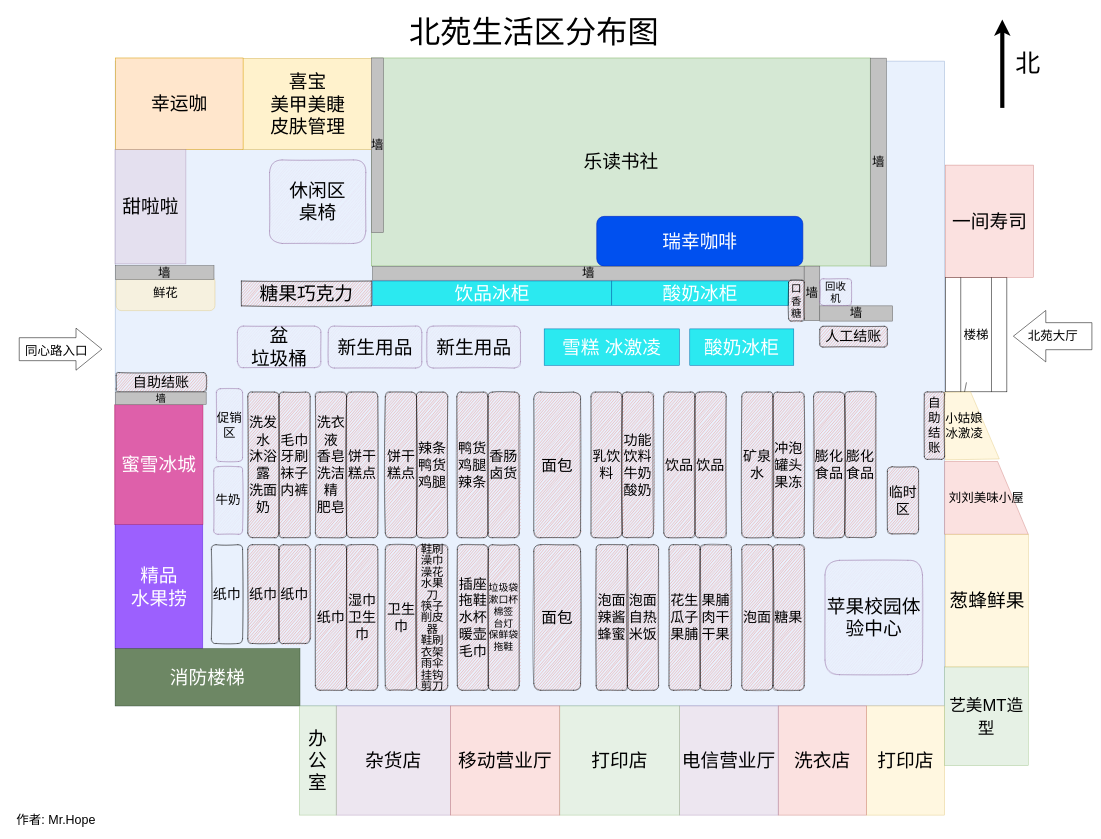
The draw.io diagram img/life/beiyuan/map.drawio in inNENU/resource, before the edit. Source tidied: cells renumbered, new cells numbered last; positions are measured from the earlier drawing's top-left corner, leaving out a move shared by most shapes. Both pictures are drawn from the tidied source at 52%, with x=0, y=0 at pixel (9, 9).
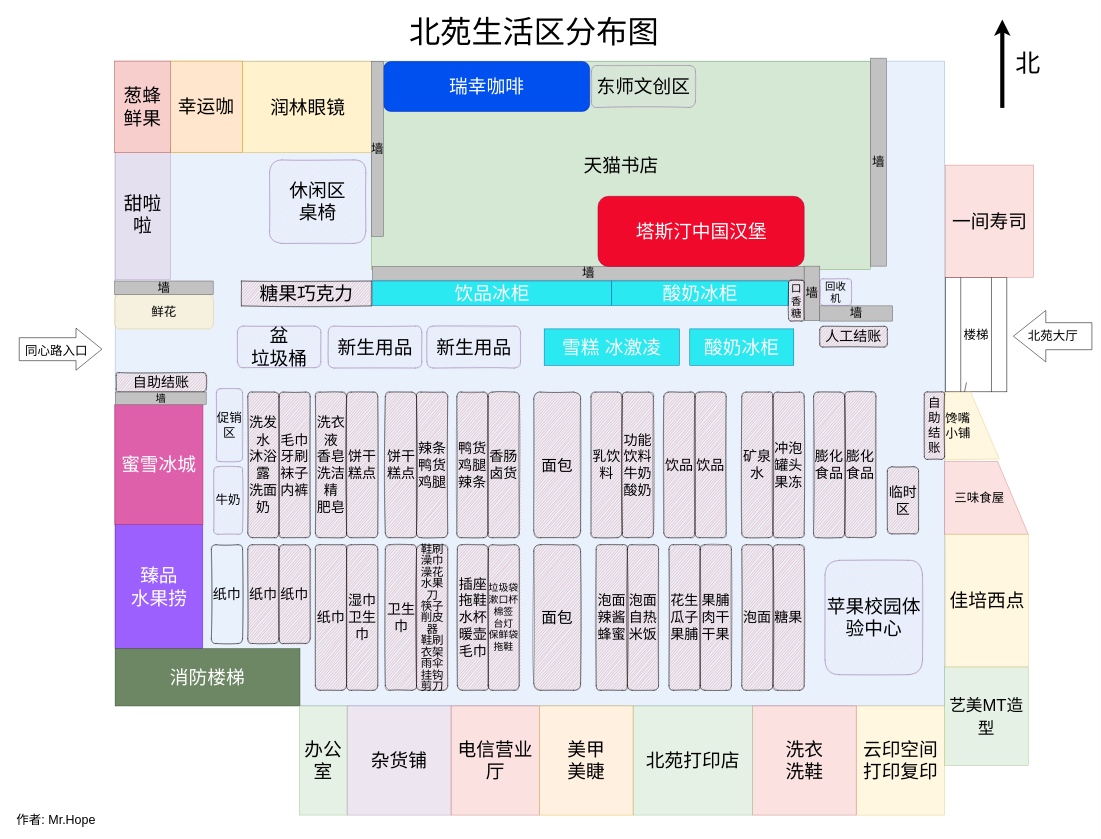
After the change.

What changed in the source:
```diff
@@
-    <mxCell id="4" value="乐读书社" style="rounded=0;whiteSpace=wrap;html=1;shadow=0;glass=0;sketch=0;fillColor=#d5e8d4;strokeColor=#82b366;fontSize=36;" parent="1" vertex="1">
-      <mxGeometry x="696.5" y="94" width="959.5" height="400" as="geometry" />
+    <mxCell id="4" value="天猫书店" style="rounded=0;whiteSpace=wrap;html=1;shadow=0;glass=0;sketch=0;fillColor=#d5e8d4;strokeColor=#82b366;fontSize=36;" parent="1" vertex="1">
+      <mxGeometry x="696.7" y="101" width="959.5" height="400" as="geometry" />
     </mxCell>
     <mxCell id="5" value="瑞幸咖啡" style="rounded=1;whiteSpace=wrap;html=1;fillColor=#0050ef;strokeColor=#001DBC;fontColor=#ffffff;fontSize=36;" parent="1" vertex="1">
-      <mxGeometry x="1130" y="398.6" width="396.5" height="95.7" as="geometry" />
+      <mxGeometry x="720" y="101" width="396.5" height="95.7" as="geometry" />
     </mxCell>
-    <mxCell id="6" value="喜宝&lt;br&gt;美甲美睫&lt;br&gt;皮肤管理" style="rounded=0;whiteSpace=wrap;html=1;shadow=0;glass=0;sketch=0;fillColor=#fff2cc;strokeColor=#d6b656;fontSize=36;" parent="1" vertex="1">
-      <mxGeometry x="449" y="95" width="251" height="175" as="geometry" />
+    <mxCell id="6" value="润林眼镜" style="rounded=0;whiteSpace=wrap;html=1;shadow=0;glass=0;sketch=0;fillColor=#fff2cc;strokeColor=#d6b656;fontSize=36;" parent="1" vertex="1">
+      <mxGeometry x="449" y="101" width="251" height="175" as="geometry" />
     </mxCell>
@@
-    <mxCell id="10" value="打印店" style="rounded=0;whiteSpace=wrap;html=1;shadow=0;glass=0;sketch=0;fillStyle=auto;fillColor=#fff2cc;opacity=60;strokeColor=#d6b656;fontSize=36;" parent="1" vertex="1">
-      <mxGeometry x="1649" y="1340" width="150" height="210" as="geometry" />
+    <mxCell id="10" value="云印空间&lt;br&gt;打印复印" style="rounded=0;whiteSpace=wrap;html=1;shadow=0;glass=0;sketch=0;fillStyle=auto;fillColor=#fff2cc;opacity=60;strokeColor=#d6b656;fontSize=36;" parent="1" vertex="1">
+      <mxGeometry x="1630" y="1340" width="169" height="210" as="geometry" />
     </mxCell>
@@
-    <mxCell id="12" value="&lt;font style=&quot;font-size: 24px;&quot;&gt;小姑娘&lt;br style=&quot;font-size: 24px;&quot;&gt;冰激凌&lt;/font&gt;" style="shape=manualInput;whiteSpace=wrap;html=1;rounded=0;shadow=0;glass=0;sketch=0;fillStyle=auto;fontSize=24;fillColor=#fff2cc;opacity=60;rotation=-1;strokeColor=#d6b656;direction=south;labelPosition=center;verticalLabelPosition=middle;align=left;verticalAlign=middle;size=53;" parent="1" vertex="1">
+    <mxCell id="12" value="馋嘴&lt;div&gt;小铺&lt;/div&gt;" style="shape=manualInput;whiteSpace=wrap;html=1;rounded=0;shadow=0;glass=0;sketch=0;fillStyle=auto;fontSize=24;fillColor=#fff2cc;opacity=60;rotation=-1;strokeColor=#d6b656;direction=south;labelPosition=center;verticalLabelPosition=middle;align=left;verticalAlign=middle;size=53;" parent="1" vertex="1">
       <mxGeometry x="1799" y="736" width="104.1" height="130" as="geometry" />
     </mxCell>
-    <mxCell id="13" value="&lt;font style=&quot;font-size: 36px;&quot;&gt;洗衣店&lt;/font&gt;" style="rounded=0;whiteSpace=wrap;html=1;shadow=0;glass=0;sketch=0;fillStyle=auto;fontSize=36;fillColor=#f8cecc;strokeColor=#b85450;opacity=60;" parent="1" vertex="1">
-      <mxGeometry x="1479" y="1340" width="170" height="210" as="geometry" />
+    <mxCell id="13" value="洗衣&lt;br&gt;洗鞋" style="rounded=0;whiteSpace=wrap;html=1;shadow=0;glass=0;sketch=0;fillStyle=auto;fontSize=36;fillColor=#f8cecc;strokeColor=#b85450;opacity=60;" parent="1" vertex="1">
+      <mxGeometry x="1430" y="1340" width="199" height="210" as="geometry" />
     </mxCell>
-    <mxCell id="14" value="电信营业厅" style="rounded=0;whiteSpace=wrap;html=1;shadow=0;glass=0;sketch=0;fillStyle=auto;fontSize=36;fillColor=#e1d5e7;opacity=60;strokeColor=#9673a6;" parent="1" vertex="1">
-      <mxGeometry x="1289" y="1340" width="190" height="210" as="geometry" />
-    </mxCell>
-    <mxCell id="15" value="打印店" style="rounded=0;whiteSpace=wrap;html=1;shadow=0;glass=0;sketch=0;fillStyle=auto;fontSize=36;fillColor=#d5e8d4;opacity=60;strokeColor=#82b366;" parent="1" vertex="1">
-      <mxGeometry x="1059" y="1340" width="230" height="210" as="geometry" />
+    <mxCell id="15" value="北苑打印店" style="rounded=0;whiteSpace=wrap;html=1;shadow=0;glass=0;sketch=0;fillStyle=auto;fontSize=36;fillColor=#d5e8d4;opacity=60;strokeColor=#82b366;" parent="1" vertex="1">
+      <mxGeometry x="1200" y="1340" width="230" height="210" as="geometry" />
     </mxCell>
-    <mxCell id="16" value="精品&lt;br&gt;水果捞" style="rounded=0;whiteSpace=wrap;html=1;shadow=0;glass=0;sketch=0;fillStyle=auto;fontSize=36;fillColor=#6a00ff;opacity=60;fontColor=#ffffff;strokeColor=#3700CC;" parent="1" vertex="1">
+    <mxCell id="16" value="臻品&lt;br&gt;水果捞" style="rounded=0;whiteSpace=wrap;html=1;shadow=0;glass=0;sketch=0;fillStyle=auto;fontSize=36;fillColor=#6a00ff;opacity=60;fontColor=#ffffff;strokeColor=#3700CC;" parent="1" vertex="1">
       <mxGeometry x="203.7" y="991.5" width="168.8" height="238.5" as="geometry" />
     </mxCell>
-    <mxCell id="17" value="杂货店" style="rounded=0;whiteSpace=wrap;html=1;shadow=0;glass=0;sketch=0;fillStyle=auto;fontSize=36;fillColor=#e1d5e7;opacity=60;strokeColor=#9673a6;" parent="1" vertex="1">
-      <mxGeometry x="629" y="1340" width="220" height="210" as="geometry" />
+    <mxCell id="17" value="杂货铺" style="rounded=0;whiteSpace=wrap;html=1;shadow=0;glass=0;sketch=0;fillStyle=auto;fontSize=36;fillColor=#e1d5e7;opacity=60;strokeColor=#9673a6;" parent="1" vertex="1">
+      <mxGeometry x="650" y="1340" width="200" height="210" as="geometry" />
     </mxCell>
@@
     <mxCell id="19" value="鲜花" style="rounded=1;whiteSpace=wrap;html=1;shadow=0;glass=0;sketch=0;fillStyle=auto;fontSize=24;fillColor=#fff2cc;opacity=60;strokeColor=#d6b656;" parent="1" vertex="1">
-      <mxGeometry x="205.9" y="513.7" width="190" height="66.1" as="geometry" />
+      <mxGeometry x="202.9" y="548.9" width="190" height="66.1" as="geometry" />
     </mxCell>
@@
     <mxCell id="26" value="墙" style="rounded=0;whiteSpace=wrap;html=1;glass=0;shadow=0;sketch=0;fillColor=#C2C2C2;gradientColor=none;strokeColor=#666666;fillStyle=auto;fontSize=24;" parent="1" vertex="1">
-      <mxGeometry x="696.7" y="94" width="23.3" height="336" as="geometry" />
+      <mxGeometry x="696.7" y="101" width="23.3" height="336" as="geometry" />
     </mxCell>
-    <mxCell id="27" value="刘刘美味小屋" style="shape=manualInput;whiteSpace=wrap;html=1;rounded=0;shadow=0;glass=0;sketch=0;fillStyle=auto;fontSize=24;fillColor=#f8cecc;opacity=60;rotation=0;strokeColor=#b85450;direction=south;labelPosition=center;verticalLabelPosition=middle;align=center;verticalAlign=middle;size=59;" parent="1" vertex="1">
+    <mxCell id="27" value="三味食屋&amp;nbsp; &amp;nbsp;&amp;nbsp;" style="shape=manualInput;whiteSpace=wrap;html=1;rounded=0;shadow=0;glass=0;sketch=0;fillStyle=auto;fontSize=24;fillColor=#f8cecc;opacity=60;rotation=0;strokeColor=#b85450;direction=south;labelPosition=center;verticalLabelPosition=middle;align=center;verticalAlign=middle;size=59;" parent="1" vertex="1">
       <mxGeometry x="1799" y="870" width="161" height="140" as="geometry" />
     </mxCell>
@@
     <mxCell id="62" value="办公室" style="rounded=0;whiteSpace=wrap;html=1;shadow=0;glass=0;sketch=0;fillStyle=auto;fontSize=36;fillColor=#d5e8d4;opacity=60;strokeColor=#82b366;" parent="1" vertex="1">
-      <mxGeometry x="558" y="1340" width="71" height="210" as="geometry" />
+      <mxGeometry x="558" y="1340" width="92" height="210" as="geometry" />
     </mxCell>
@@
     <mxCell id="70" value="幸运咖" style="rounded=0;whiteSpace=wrap;html=1;shadow=0;glass=0;sketch=0;fillColor=#ffe6cc;strokeColor=#d79b00;fontSize=36;" parent="1" vertex="1">
-      <mxGeometry x="204.7" y="94" width="245.3" height="176" as="geometry" />
+      <mxGeometry x="309" y="100" width="140" height="176" as="geometry" />
     </mxCell>
     <mxCell id="71" value="墙" style="rounded=0;whiteSpace=wrap;html=1;glass=0;shadow=0;sketch=0;fillColor=#C2C2C2;gradientColor=none;strokeColor=#666666;fillStyle=auto;fontSize=24;" parent="1" vertex="1">
-      <mxGeometry x="204.4" y="493.5" width="189.6" height="26.4" as="geometry" />
+      <mxGeometry x="202.9" y="522.9" width="189.6" height="26.4" as="geometry" />
     </mxCell>
@@
-    <mxCell id="73" value="移动营业厅" style="rounded=0;whiteSpace=wrap;html=1;shadow=0;glass=0;sketch=0;fillStyle=auto;fontSize=36;fillColor=#f8cecc;strokeColor=#b85450;opacity=60;" parent="1" vertex="1">
-      <mxGeometry x="849" y="1340" width="210" height="210" as="geometry" />
+    <mxCell id="73" value="电信营业厅" style="rounded=0;whiteSpace=wrap;html=1;shadow=0;glass=0;sketch=0;fillStyle=auto;fontSize=36;fillColor=#f8cecc;strokeColor=#b85450;opacity=60;" parent="1" vertex="1">
+      <mxGeometry x="850" y="1340" width="170" height="210" as="geometry" />
     </mxCell>
     <mxCell id="74" value="甜啦啦" style="rounded=0;whiteSpace=wrap;html=1;shadow=0;glass=0;sketch=0;fillStyle=auto;fontSize=36;fillColor=#e1d5e7;opacity=60;strokeColor=#9673a6;" parent="1" vertex="1">
-      <mxGeometry x="203.7" y="270" width="136.3" height="220" as="geometry" />
+      <mxGeometry x="203.7" y="270" width="106.3" height="250" as="geometry" />
     </mxCell>
@@
-    <mxCell id="88" value="&lt;font style=&quot;font-size: 36px;&quot;&gt;葱蜂鲜果&lt;/font&gt;" style="rounded=0;whiteSpace=wrap;html=1;shadow=0;glass=0;sketch=0;fillStyle=auto;fontSize=36;fillColor=#fff2cc;opacity=60;strokeColor=#d6b656;" parent="1" vertex="1">
+    <mxCell id="88" value="&lt;font style=&quot;font-size: 36px;&quot;&gt;佳培西点&lt;/font&gt;" style="rounded=0;whiteSpace=wrap;html=1;shadow=0;glass=0;sketch=0;fillStyle=auto;fontSize=36;fillColor=#fff2cc;opacity=60;strokeColor=#d6b656;" parent="1" vertex="1">
       <mxGeometry x="1800.5" y="1010" width="159.5" height="255" as="geometry" />
     </mxCell>
@@
+    <mxCell id="94" value="葱蜂&lt;br&gt;鲜果" style="rounded=0;whiteSpace=wrap;html=1;shadow=0;glass=0;sketch=0;fillColor=#f8cecc;strokeColor=#b85450;fontSize=36;" parent="1" vertex="1">
+      <mxGeometry x="202.9" y="100" width="107.1" height="176" as="geometry" />
+    </mxCell>
+    <mxCell id="95" value="东师文创区" style="rounded=1;whiteSpace=wrap;html=1;shadow=0;glass=0;sketch=1;fillStyle=auto;fontSize=36;fillColor=#e1d5e7;opacity=60;strokeColor=#9673a6;" parent="1" vertex="1">
+      <mxGeometry x="1120" y="108.5" width="200" height="80.7" as="geometry" />
+    </mxCell>
+    <mxCell id="96" value="美甲&lt;div&gt;美睫&lt;/div&gt;" style="rounded=0;whiteSpace=wrap;html=1;shadow=0;glass=0;sketch=0;fillStyle=auto;fontSize=36;fillColor=#ffe6cc;strokeColor=#d79b00;opacity=60;" parent="1" vertex="1">
+      <mxGeometry x="1020" y="1340" width="180" height="210" as="geometry" />
+    </mxCell>
+    <mxCell id="97" value="塔斯汀中国汉堡" style="rounded=1;whiteSpace=wrap;html=1;fillColor=light-dark(#f1092c, #ff90f3);strokeColor=#A50040;fontColor=#ffffff;fontSize=36;" parent="1" vertex="1">
+      <mxGeometry x="1132.5" y="360" width="396.5" height="135" as="geometry" />
+    </mxCell>
```
